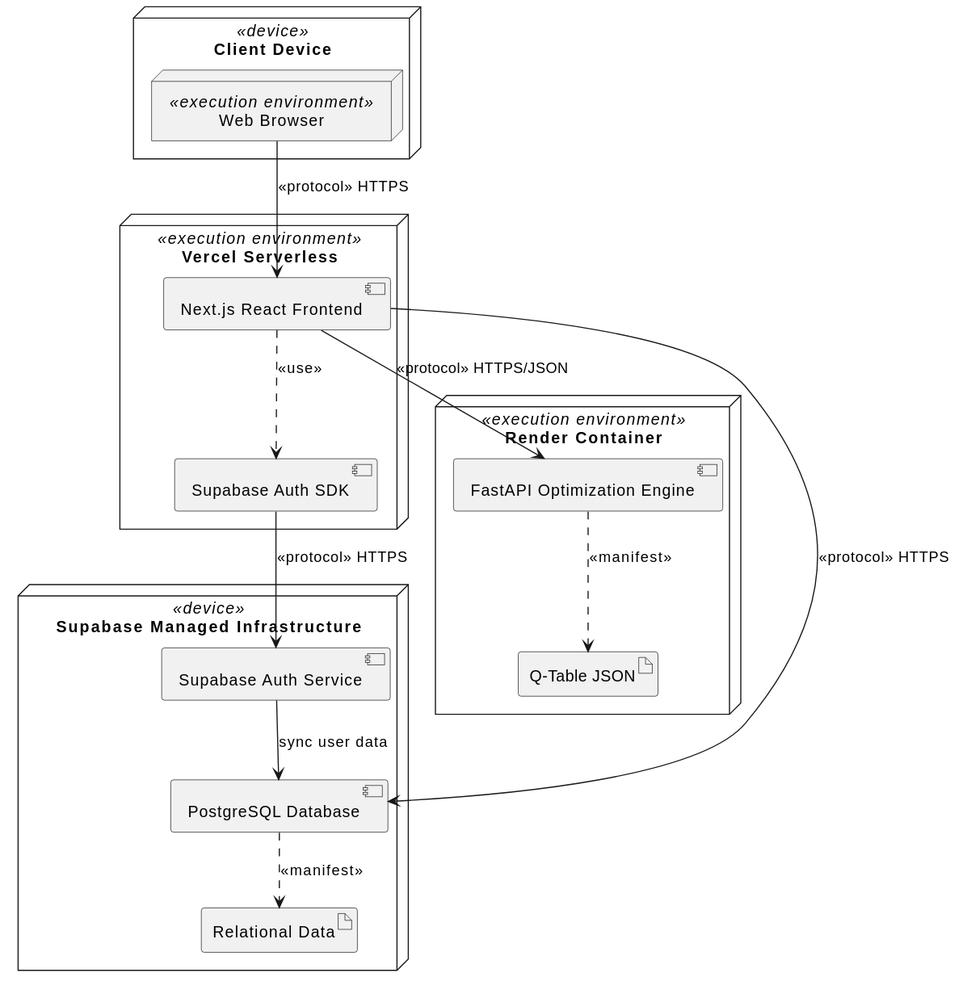
The PlantUML diagram docs/uml/deployment.svg in dvydinh/mechdrive, before a commit. Source of this version:
```plantuml
@startuml
skinparam componentStyle uml2
skinparam nodesep 50
skinparam ranksep 50

node "Client Device" <<device>> {
    node "Web Browser" <<execution environment>> {
    }
}

node "Vercel Serverless" <<execution environment>> {
    component "Next.js React Frontend" as UI_Comp
    component "Supabase Auth SDK" as Auth_Comp
    UI_Comp ..> Auth_Comp : <<use>>
}

node "Render Container" <<execution environment>> {
    component "FastAPI Optimization Engine" as API_Comp
    artifact "Q-Table JSON" as QTable
    API_Comp ..> QTable : <<manifest>>
}

node "Supabase Managed Infrastructure" <<device>> {
    component "Supabase Auth Service" as Auth_Svc
    component "PostgreSQL Database" as DB_Comp
    artifact "Relational Data" as Storage

    DB_Comp ..> Storage : <<manifest>>
    Auth_Svc --> DB_Comp : sync user data
}

"Web Browser" --> UI_Comp : <<protocol>> HTTPS
UI_Comp --> API_Comp : <<protocol>> HTTPS/JSON
UI_Comp --> DB_Comp : <<protocol>> HTTPS
Auth_Comp --> Auth_Svc : <<protocol>> HTTPS
@enduml
```
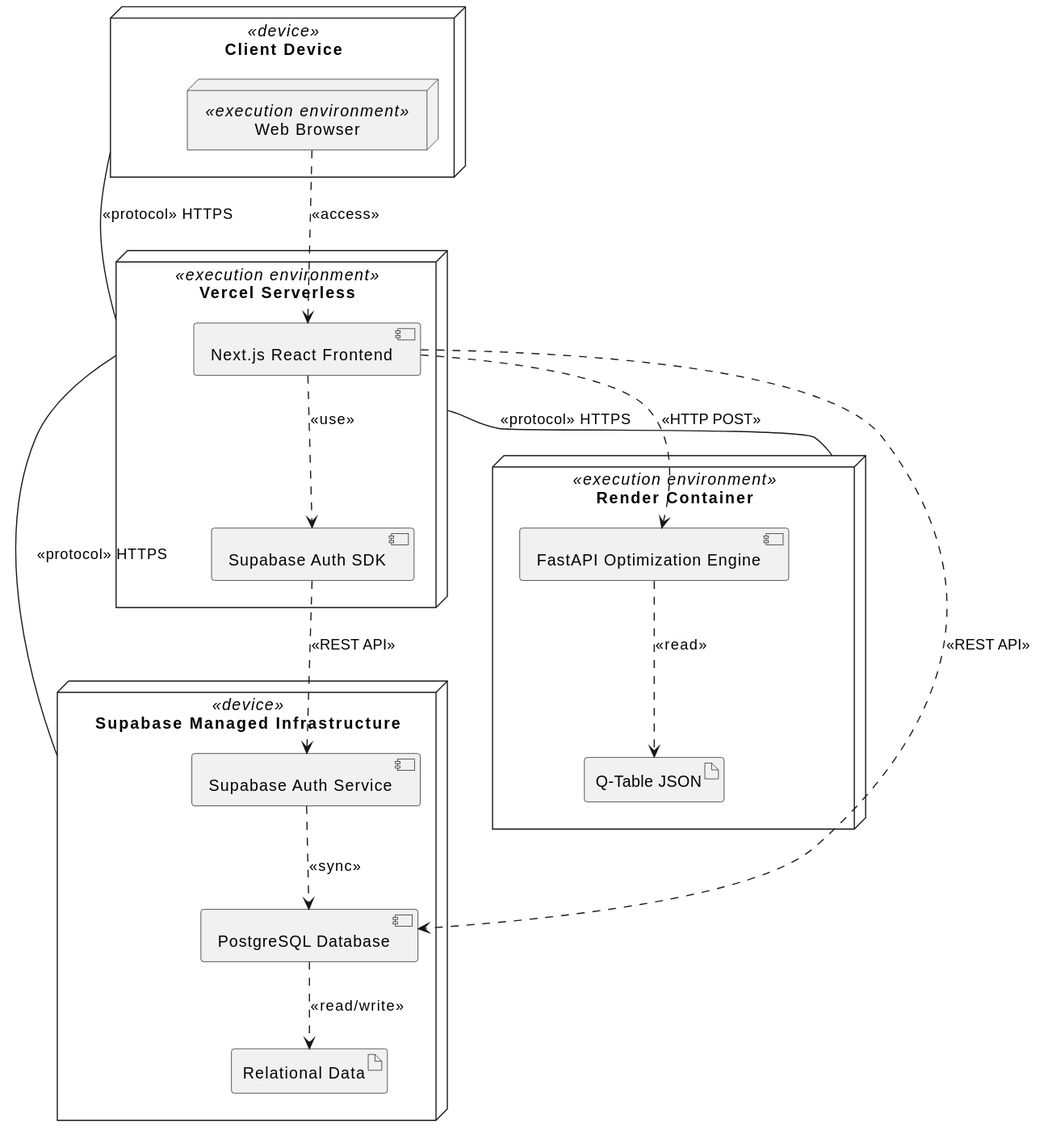
The same diagram one commit later.

Commit message:
sua uml deployment

What changed in the source:
```diff
@@ -1,36 +1,39 @@
 @startuml
 skinparam componentStyle uml2
-skinparam nodesep 50
-skinparam ranksep 50
+skinparam nodesep 60
+skinparam ranksep 60
 
-node "Client Device" <<device>> {
-    node "Web Browser" <<execution environment>> {
-    }
+node "Client Device" <<device>> as clientNode {
+    node "Web Browser" <<execution environment>> as browserEnv
 }
 
-node "Vercel Serverless" <<execution environment>> {
+node "Vercel Serverless" <<execution environment>> as vercelNode {
     component "Next.js React Frontend" as UI_Comp
     component "Supabase Auth SDK" as Auth_Comp
     UI_Comp ..> Auth_Comp : <<use>>
 }
 
-node "Render Container" <<execution environment>> {
+node "Render Container" <<execution environment>> as renderNode {
     component "FastAPI Optimization Engine" as API_Comp
     artifact "Q-Table JSON" as QTable
-    API_Comp ..> QTable : <<manifest>>
+    API_Comp ..> QTable : <<read>>
 }
 
-node "Supabase Managed Infrastructure" <<device>> {
+node "Supabase Managed Infrastructure" <<device>> as supaNode {
     component "Supabase Auth Service" as Auth_Svc
     component "PostgreSQL Database" as DB_Comp
     artifact "Relational Data" as Storage
 
-    DB_Comp ..> Storage : <<manifest>>
-    Auth_Svc --> DB_Comp : sync user data
+    DB_Comp ..> Storage : <<read/write>>
+    Auth_Svc ..> DB_Comp : <<sync>>
 }
 
-"Web Browser" --> UI_Comp : <<protocol>> HTTPS
-UI_Comp --> API_Comp : <<protocol>> HTTPS/JSON
-UI_Comp --> DB_Comp : <<protocol>> HTTPS
-Auth_Comp --> Auth_Svc : <<protocol>> HTTPS
+clientNode -- vercelNode : <<protocol>> HTTPS
+vercelNode -- renderNode : <<protocol>> HTTPS
+vercelNode -- supaNode : <<protocol>> HTTPS
+
+browserEnv ..> UI_Comp : <<access>>
+UI_Comp ..> API_Comp : <<HTTP POST>>
+UI_Comp ..> DB_Comp : <<REST API>>
+Auth_Comp ..> Auth_Svc : <<REST API>>
 @enduml
```
